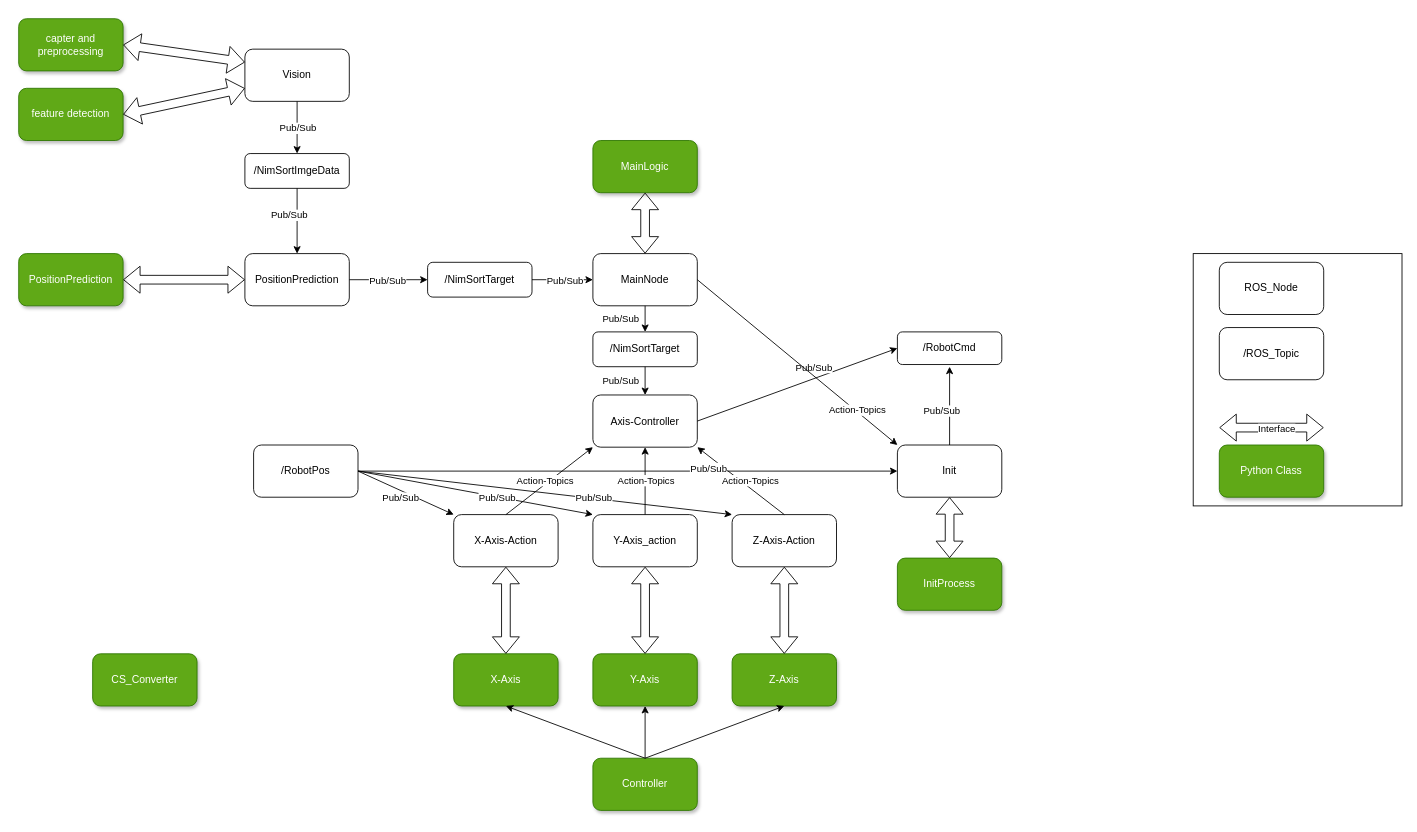
Before: misc/arch.drawio in derlole/NimSort42, a draw.io diagram. Source tidied: cells renumbered, new cells numbered last; positions are measured from the earlier drawing's top-left corner, leaving out a move shared by most shapes. Both pictures are drawn from the tidied source at 87%, with x=0, y=0 at pixel (18, 18).
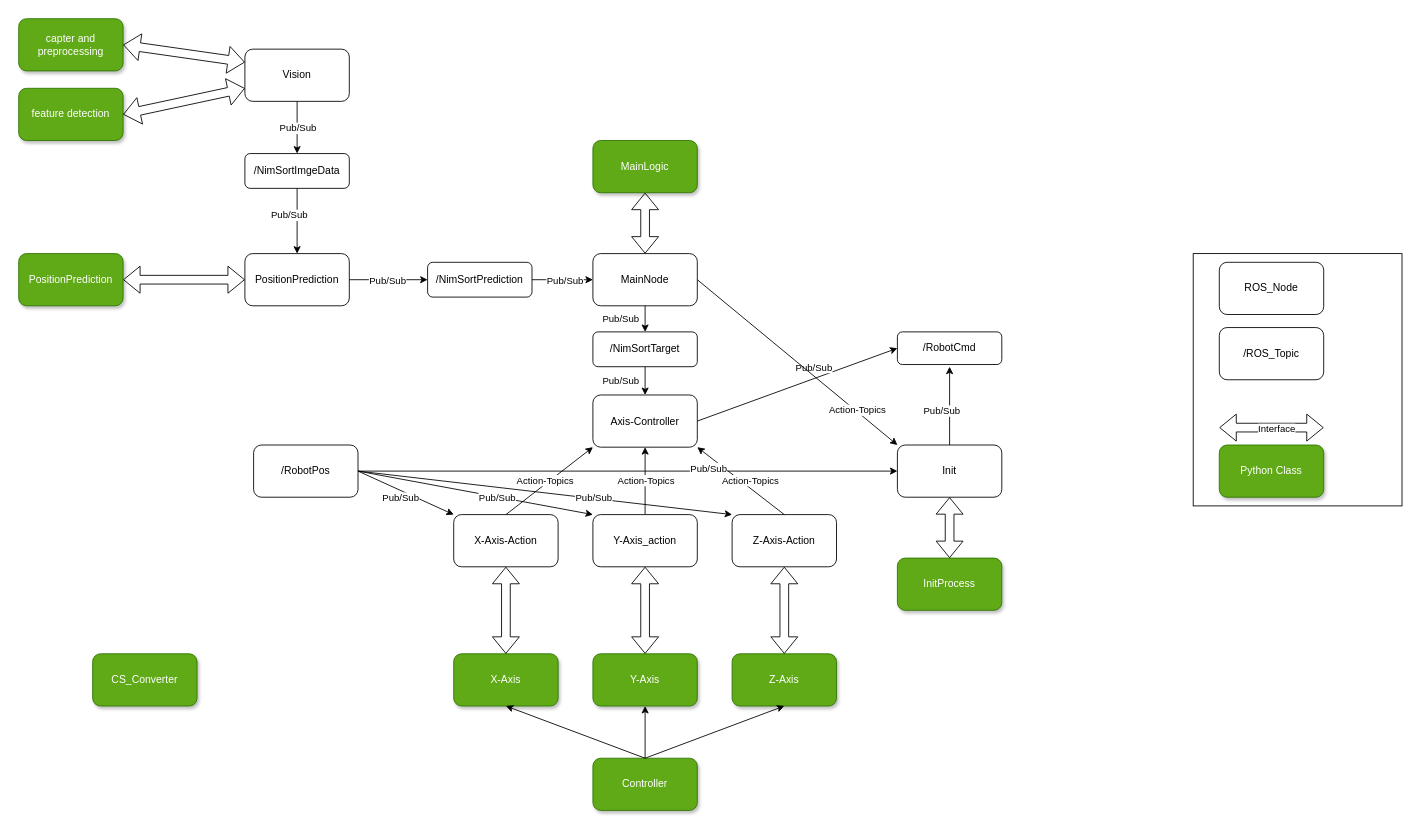
The same diagram, later.

Commit message:
chore(arch.drawio): changed topic name

Diff of the diagram source:
```diff
@@
-    <mxCell id="64" value="/NimSortTarget" style="rounded=1;whiteSpace=wrap;html=1;fillColor=light-dark(#FFFFFF,#FF3399);shadow=0;strokeColor=light-dark(#000000,#FFFF66);" parent="1" vertex="1">
+    <mxCell id="64" value="/NimSortPrediction" style="rounded=1;whiteSpace=wrap;html=1;fillColor=light-dark(#FFFFFF,#FF3399);shadow=0;strokeColor=light-dark(#000000,#FFFF66);" parent="1" vertex="1">
       <mxGeometry x="470" y="280" width="120" height="40" as="geometry" />
     </mxCell>
```
